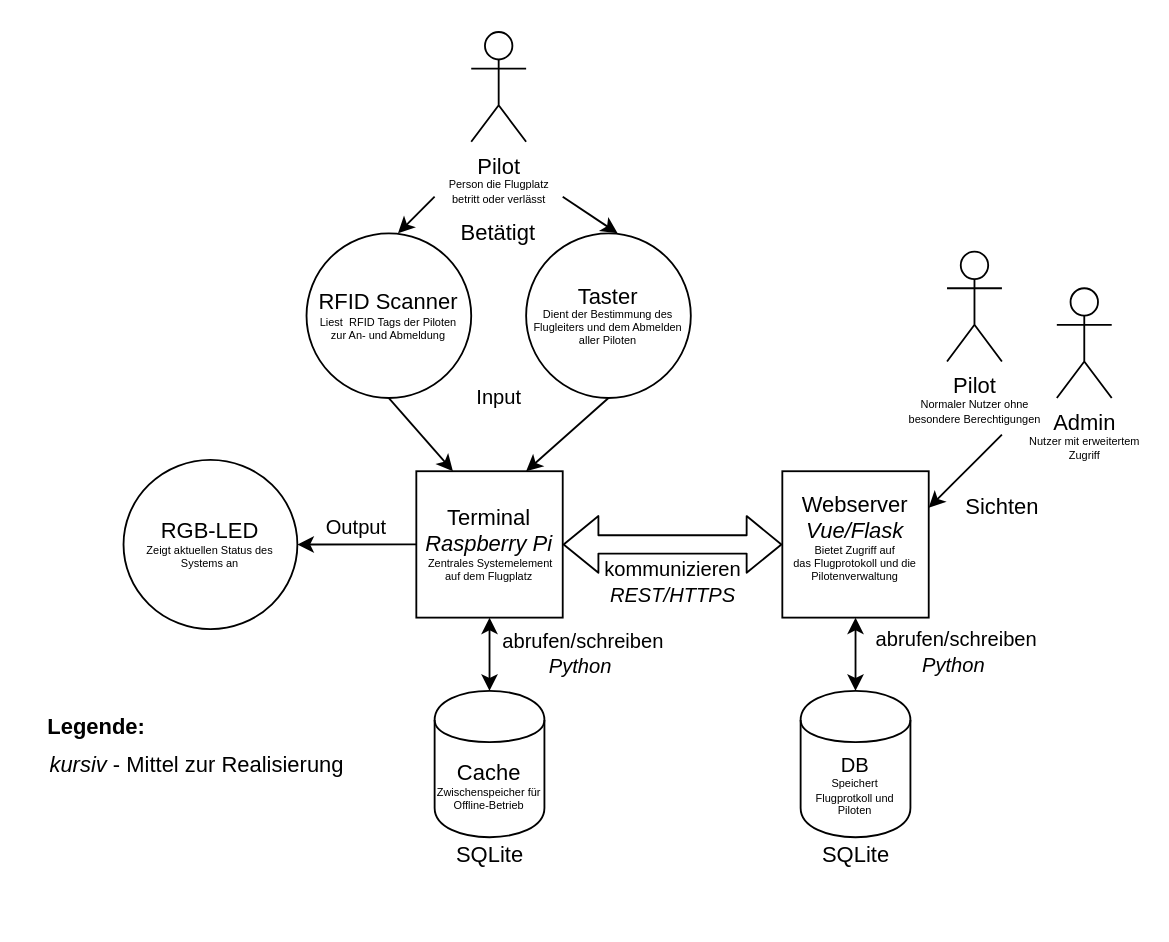
Before: docs/architecture/images/C4_Model/C4_Level2.drawio in Lernni/E2-Anwesenheitserfassung-fuer-Modellflugplatz, a draw.io diagram. Source tidied: cells renumbered, new cells numbered last; positions are measured from the earlier drawing's top-left corner, leaving out a move shared by most shapes. Both pictures are drawn from the tidied source at 183%, with x=0, y=0 at pixel (31, 31).
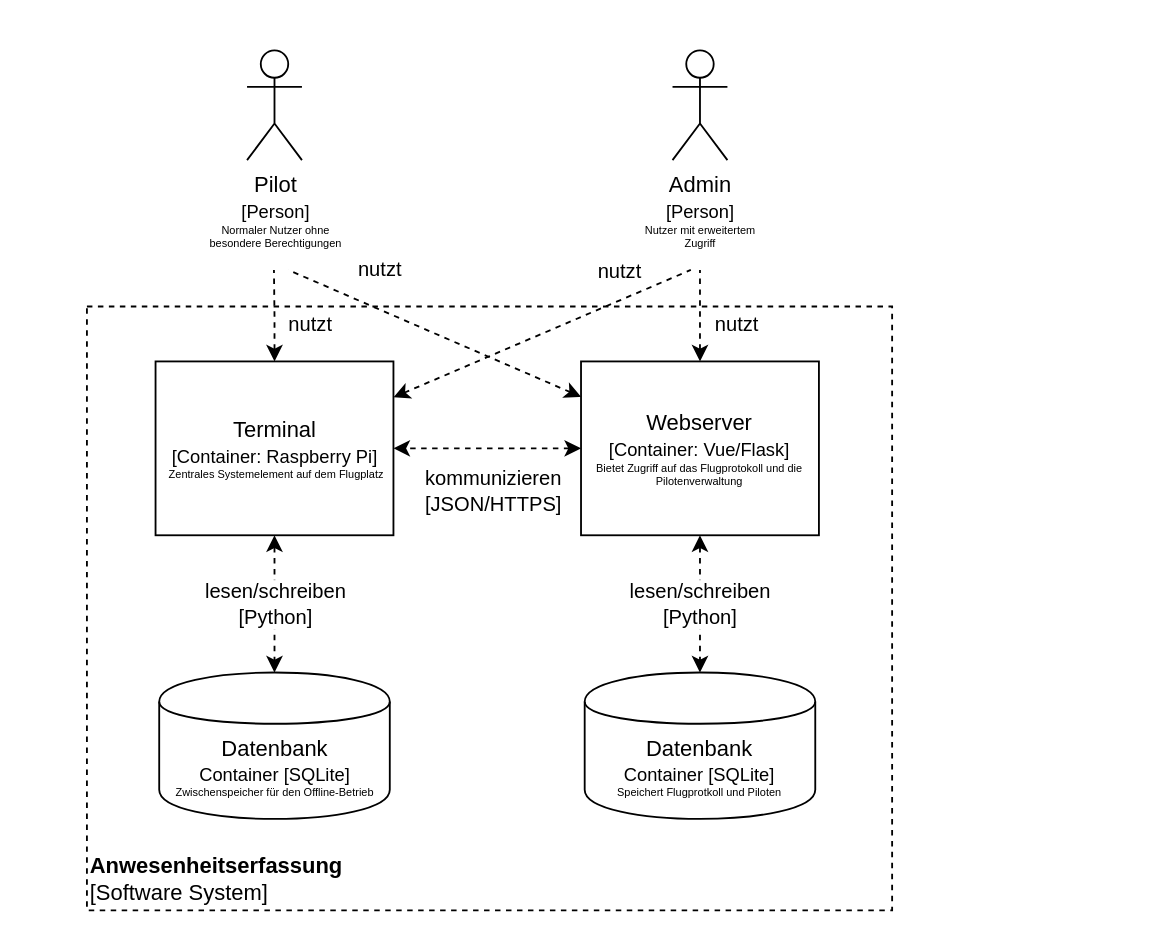
After the change.

Diff of the diagram source:
```diff
@@
-    <mxCell id="2" value="Terminal&lt;br&gt;&lt;div&gt;&lt;i&gt;Raspberry Pi&lt;br&gt;&lt;/i&gt;&lt;/div&gt;&lt;div style=&quot;font-size: 6px&quot;&gt;&lt;i&gt;&amp;nbsp;&lt;/i&gt;Zentrales Systemelement auf dem Flugplatz&lt;br&gt;&lt;i&gt;&lt;/i&gt;&lt;/div&gt;" style="whiteSpace=wrap;html=1;" parent="1" vertex="1">
-      <mxGeometry x="210" y="240" width="80" height="80" as="geometry" />
-    </mxCell>
-    <mxCell id="3" value="Webserver&lt;br&gt;&lt;i&gt;&lt;font color=&quot;#ea6b66&quot;&gt;&lt;font color=&quot;#000000&quot;&gt;Vue/Flask&lt;br&gt;&lt;/font&gt;&lt;/font&gt;&lt;/i&gt;&lt;div style=&quot;font-size: 6px&quot;&gt;&lt;font style=&quot;font-size: 6px&quot;&gt;Bietet Zugriff auf&lt;br&gt;das Flugprotokoll und die&lt;br&gt;Pilotenverwaltung&lt;/font&gt;&lt;/div&gt;&lt;div style=&quot;font-size: 6px&quot;&gt;&lt;br&gt;&lt;/div&gt;" style="whiteSpace=wrap;html=1;" parent="1" vertex="1">
-      <mxGeometry x="410" y="240" width="80" height="80" as="geometry" />
-    </mxCell>
-    <mxCell id="4" style="shape=flexArrow;endArrow=classic;startArrow=classic;html=1;exitX=1;exitY=0.5;exitDx=0;exitDy=0;entryX=0;entryY=0.5;entryDx=0;entryDy=0;" parent="1" edge="1" source="2" target="3">
-      <mxGeometry relative="1" as="geometry" />
-    </mxCell>
-    <mxCell id="5" value="kommunizieren&lt;br&gt;&lt;i&gt;REST/HTTPS&lt;/i&gt;" style="edgeLabel;html=1;align=center;verticalAlign=middle;" parent="4" vertex="1">
-      <mxGeometry x="0.14" y="-2" relative="1" as="geometry">
-        <mxPoint x="-8.6" y="18" as="offset" />
-      </mxGeometry>
-    </mxCell>
-    <mxCell id="6" value="&lt;div style=&quot;font-size: 11px&quot;&gt;&lt;font style=&quot;font-size: 11px&quot;&gt;DB&lt;/font&gt;&lt;/div&gt;&lt;div style=&quot;font-size: 6px&quot;&gt;&lt;font style=&quot;font-size: 6px&quot;&gt;Speichert Flugprotkoll und Piloten&lt;/font&gt;&lt;br&gt;&lt;/div&gt;" style="shape=cylinder;whiteSpace=wrap;html=1;boundedLbl=1;backgroundOutline=1;" parent="1" vertex="1">
-      <mxGeometry x="420" y="360" width="60" height="80" as="geometry" />
-    </mxCell>
-    <mxCell id="7" style="endArrow=classic;startArrow=classic;html=1;entryX=0.5;entryY=1;entryDx=0;entryDy=0;exitX=0.5;exitY=0;exitDx=0;exitDy=0;" parent="1" edge="1" source="6" target="3">
-      <mxGeometry relative="1" as="geometry" />
-    </mxCell>
-    <mxCell id="8" value="&lt;div&gt;&lt;p style=&quot;font-size: 6px&quot;&gt;&lt;font style=&quot;font-size: 12px&quot;&gt;RFID Scanner&lt;/font&gt;&lt;br&gt;&lt;font style=&quot;font-size: 6px ; line-height: 100%&quot;&gt;Liest&amp;nbsp; RFID Tags der Piloten&lt;br&gt;zur An- und Abmeldung&lt;/font&gt;&lt;/p&gt;&lt;/div&gt;" style="ellipse;whiteSpace=wrap;html=1;" parent="1" vertex="1">
-      <mxGeometry x="150" y="110" width="90" height="90" as="geometry" />
-    </mxCell>
-    <mxCell id="9" value="&lt;div style=&quot;font-size: 6px&quot;&gt;&lt;font style=&quot;font-size: 12px&quot;&gt;Taster&lt;/font&gt;&lt;br&gt;&lt;font style=&quot;font-size: 6px&quot;&gt;Dient der Bestimmung des Flugleiters und dem Abmelden aller Piloten&lt;br&gt;&lt;/font&gt;&lt;/div&gt;" style="ellipse;whiteSpace=wrap;html=1;" parent="1" vertex="1">
-      <mxGeometry x="270" y="110" width="90" height="90" as="geometry" />
-    </mxCell>
-    <mxCell id="10" value="&lt;div&gt;RGB-LED&lt;/div&gt;&lt;div style=&quot;font-size: 6px&quot;&gt;&lt;font style=&quot;font-size: 6px&quot;&gt;Zeigt aktuellen Status des&lt;br&gt;Systems an&lt;/font&gt;&lt;br&gt;&lt;/div&gt;" style="ellipse;whiteSpace=wrap;html=1;" parent="1" vertex="1">
-      <mxGeometry x="50" y="233.8" width="95" height="92.5" as="geometry" />
-    </mxCell>
-    <mxCell id="11" style="endArrow=classic;html=1;entryX=1;entryY=0.5;entryDx=0;entryDy=0;" parent="1" edge="1" target="10">
-      <mxGeometry relative="1" as="geometry">
-        <mxPoint x="210" y="280" as="sourcePoint" />
-      </mxGeometry>
-    </mxCell>
-    <mxCell id="12" value="Output" style="edgeLabel;html=1;align=center;verticalAlign=middle;" parent="11" vertex="1">
-      <mxGeometry x="0.34" y="-2" relative="1" as="geometry">
-        <mxPoint x="10.6" y="-8" as="offset" />
-      </mxGeometry>
-    </mxCell>
-    <mxCell id="13" style="endArrow=classic;html=1;entryX=0.5;entryY=1;entryDx=0;entryDy=0;exitX=0.5;exitY=1;exitDx=0;exitDy=0;" parent="1" edge="1" source="9">
-      <mxGeometry relative="1" as="geometry">
-        <mxPoint x="270" y="240" as="targetPoint" />
-      </mxGeometry>
-    </mxCell>
-    <mxCell id="14" style="endArrow=classic;html=1;entryX=0.5;entryY=1;entryDx=0;entryDy=0;exitX=0.5;exitY=1;exitDx=0;exitDy=0;" parent="1" edge="1" source="8">
-      <mxGeometry relative="1" as="geometry">
-        <mxPoint x="230" y="240" as="targetPoint" />
-      </mxGeometry>
-    </mxCell>
-    <mxCell id="15" value="Input" style="edgeLabel;html=1;align=center;verticalAlign=middle;" parent="14" vertex="1">
-      <mxGeometry x="-0.35" y="-2" relative="1" as="geometry">
-        <mxPoint x="50.2" y="-14.2" as="offset" />
-      </mxGeometry>
-    </mxCell>
-    <mxCell id="16" value="SQLite" style="text;html=1;align=center;verticalAlign=middle;" parent="1" vertex="1">
-      <mxGeometry x="425" y="440" width="50" height="20" as="geometry" />
-    </mxCell>
-    <mxCell id="17" value="Sichten" style="text;html=1;align=center;verticalAlign=middle;" parent="1" vertex="1">
-      <mxGeometry x="500" y="250" width="60" height="20" as="geometry" />
-    </mxCell>
-    <mxCell id="18" value="&lt;b&gt;Legende:&lt;/b&gt;" style="text;html=1;align=center;verticalAlign=middle;" parent="1" vertex="1">
-      <mxGeometry y="370" width="70" height="20" as="geometry" />
-    </mxCell>
-    <mxCell id="19" value="&lt;i&gt;kursiv&lt;/i&gt; - Mittel zur Realisierung&lt;br&gt;&lt;span&gt;&lt;/span&gt;&lt;div&gt;&lt;br&gt;&lt;/div&gt;&lt;div&gt;&lt;br&gt;&lt;/div&gt;&lt;span&gt;&lt;/span&gt;" style="text;html=1;align=left;verticalAlign=middle;" parent="1" vertex="1">
-      <mxGeometry x="7.5" y="390" width="180" height="50" as="geometry" />
-    </mxCell>
-    <mxCell id="20" value="&lt;div&gt;Cache&lt;/div&gt;&lt;div style=&quot;font-size: 6px&quot;&gt;Zwischenspeicher für Offline-Betrieb&lt;/div&gt;" style="shape=cylinder;whiteSpace=wrap;html=1;boundedLbl=1;backgroundOutline=1;" parent="1" vertex="1">
-      <mxGeometry x="220" y="360" width="60" height="80" as="geometry" />
-    </mxCell>
-    <mxCell id="21" style="endArrow=classic;startArrow=classic;html=1;entryX=0.5;entryY=1;entryDx=0;entryDy=0;exitX=0.5;exitY=0;exitDx=0;exitDy=0;" parent="1" edge="1" source="20" target="2">
-      <mxGeometry relative="1" as="geometry" />
-    </mxCell>
-    <mxCell id="22" value="abrufen/schreiben&lt;br&gt;&lt;i&gt;Python&amp;nbsp;&lt;/i&gt;" style="edgeLabel;html=1;align=center;verticalAlign=middle;" parent="21" vertex="1">
-      <mxGeometry x="-0.37" y="-2" relative="1" as="geometry">
-        <mxPoint x="48" y="-7.4" as="offset" />
-      </mxGeometry>
-    </mxCell>
-    <mxCell id="23" value="SQLite" style="text;html=1;align=center;verticalAlign=middle;" parent="1" vertex="1">
-      <mxGeometry x="225" y="440" width="50" height="20" as="geometry" />
-    </mxCell>
-    <mxCell id="24" value="&lt;div&gt;Pilot&lt;/div&gt;&lt;div style=&quot;font-size: 6px&quot;&gt;&lt;font style=&quot;font-size: 6px&quot;&gt;Normaler Nutzer ohne&lt;/font&gt;&lt;/div&gt;&lt;div style=&quot;font-size: 6px&quot;&gt;&lt;font style=&quot;font-size: 6px&quot;&gt;besondere Berechtigungen&lt;/font&gt;&lt;br&gt;&lt;/div&gt;" style="shape=umlActor;verticalLabelPosition=bottom;verticalAlign=top;html=1;" parent="1" vertex="1">
-      <mxGeometry x="500" y="120" width="30" height="60" as="geometry" />
-    </mxCell>
-    <mxCell id="25" value="&lt;div style=&quot;font-size: 6px&quot;&gt;&lt;font style=&quot;font-size: 12px&quot;&gt;Admin&lt;/font&gt;&lt;/div&gt;&lt;div style=&quot;font-size: 6px&quot;&gt;&lt;font style=&quot;font-size: 6px&quot;&gt;Nutzer mit erweitertem&lt;/font&gt;&lt;/div&gt;&lt;div style=&quot;font-size: 6px&quot;&gt;&lt;font style=&quot;font-size: 6px&quot;&gt;Zugriff&lt;/font&gt;&lt;font style=&quot;font-size: 6px&quot;&gt;&lt;br&gt;&lt;/font&gt;&lt;/div&gt;" style="shape=umlActor;verticalLabelPosition=bottom;verticalAlign=top;html=1;" parent="1" vertex="1">
-      <mxGeometry x="560" y="140" width="30" height="60" as="geometry" />
-    </mxCell>
-    <mxCell id="26" style="endArrow=classic;html=1;" parent="1" edge="1">
-      <mxGeometry relative="1" as="geometry">
-        <mxPoint x="530" y="220" as="sourcePoint" />
-        <mxPoint x="490" y="260" as="targetPoint" />
-        <Array as="points">
-          <mxPoint x="510" y="240" />
-        </Array>
-      </mxGeometry>
-    </mxCell>
-    <mxCell id="27" value="&lt;div style=&quot;font-size: 6px&quot;&gt;&lt;font style=&quot;font-size: 12px&quot;&gt;Pilot&lt;/font&gt;&lt;/div&gt;&lt;div style=&quot;font-size: 6px&quot;&gt;&lt;font style=&quot;font-size: 6px&quot;&gt;Person die Flugplatz&lt;/font&gt;&lt;/div&gt;&lt;div style=&quot;font-size: 6px&quot;&gt;&lt;font style=&quot;font-size: 6px&quot;&gt;betritt oder verlässt&lt;/font&gt;&lt;br&gt;&lt;/div&gt;" style="shape=umlActor;verticalLabelPosition=bottom;verticalAlign=top;html=1;" parent="1" vertex="1">
-      <mxGeometry x="240" width="30" height="60" as="geometry" />
-    </mxCell>
-    <mxCell id="28" style="endArrow=classic;html=1;" parent="1" edge="1">
-      <mxGeometry relative="1" as="geometry">
-        <mxPoint x="220" y="90" as="sourcePoint" />
-        <mxPoint x="200" y="110" as="targetPoint" />
-      </mxGeometry>
-    </mxCell>
-    <mxCell id="29" style="endArrow=classic;html=1;" parent="1" edge="1">
-      <mxGeometry relative="1" as="geometry">
-        <mxPoint x="290" y="90" as="sourcePoint" />
-        <mxPoint x="320" y="110" as="targetPoint" />
-      </mxGeometry>
-    </mxCell>
-    <mxCell id="30" value="Betätigt" style="text;html=1;strokeColor=none;fillColor=none;align=center;verticalAlign=middle;whiteSpace=wrap;rounded=0;" parent="1" vertex="1">
-      <mxGeometry x="235" y="100" width="40" height="20" as="geometry" />
-    </mxCell>
-    <mxCell id="31" value="abrufen/schreiben&lt;br&gt;&lt;i&gt;Python&amp;nbsp;&lt;/i&gt;" style="edgeLabel;html=1;align=center;verticalAlign=middle;" parent="1" vertex="1">
-      <mxGeometry x="515" y="370" as="geometry">
-        <mxPoint x="-11" y="-32" as="offset" />
-      </mxGeometry>
-    </mxCell>
+    <mxCell id="32" value="&lt;b&gt;Anwesenheitserfassung&lt;br&gt;&lt;/b&gt;[Software System]" style="whiteSpace=wrap;html=1;fillColor=none;dashed=1;align=left;verticalAlign=bottom;" parent="1" vertex="1">
+      <mxGeometry x="30" y="150" width="440" height="330" as="geometry" />
+    </mxCell>
+    <mxCell id="33" value="Terminal&lt;br&gt;&lt;font style=&quot;font-size: 10px&quot;&gt;[Container: Raspberry Pi]&lt;/font&gt;&lt;br&gt;&lt;div style=&quot;font-size: 6px&quot;&gt;&lt;i&gt;&amp;nbsp;&lt;/i&gt;Zentrales Systemelement auf dem Flugplatz&lt;br&gt;&lt;i&gt;&lt;/i&gt;&lt;/div&gt;" style="whiteSpace=wrap;html=1;" parent="1" vertex="1">
+      <mxGeometry x="67.5" y="180" width="130" height="95" as="geometry" />
+    </mxCell>
+    <mxCell id="34" style="edgeStyle=orthogonalEdgeStyle;rounded=0;jettySize=auto;html=1;exitX=0;exitY=0.5;exitDx=0;exitDy=0;dashed=1;startArrow=classic;startFill=1;" parent="1" edge="1" source="37" target="33">
+      <mxGeometry relative="1" as="geometry" />
+    </mxCell>
+    <mxCell id="35" value="kommunizieren&lt;br&gt;[JSON/HTTPS]" style="edgeLabel;html=1;align=center;verticalAlign=middle;" parent="34" vertex="1">
+      <mxGeometry x="-0.22" y="-2" relative="1" as="geometry">
+        <mxPoint x="-9" y="25" as="offset" />
+      </mxGeometry>
+    </mxCell>
+    <mxCell id="36" value="lesen/schreiben&lt;br&gt;[Python]" style="edgeStyle=orthogonalEdgeStyle;rounded=0;jettySize=auto;html=1;exitX=0.5;exitY=1;exitDx=0;exitDy=0;dashed=1;startArrow=classic;startFill=1;" parent="1" edge="1" source="37" target="38">
+      <mxGeometry relative="1" as="geometry" />
+    </mxCell>
+    <mxCell id="37" value="Webserver&lt;br&gt;&lt;font color=&quot;#ea6b66&quot;&gt;&lt;font color=&quot;#000000&quot;&gt;&lt;font style=&quot;font-size: 10px&quot;&gt;[Container: Vue/Flask]&lt;/font&gt;&lt;br&gt;&lt;/font&gt;&lt;/font&gt;&lt;div style=&quot;font-size: 6px&quot;&gt;&lt;font style=&quot;font-size: 6px&quot;&gt;Bietet Zugriff auf das Flugprotokoll und die&lt;br&gt;Pilotenverwaltung&lt;/font&gt;&lt;/div&gt;" style="whiteSpace=wrap;html=1;" parent="1" vertex="1">
+      <mxGeometry x="300" y="180" width="130" height="95" as="geometry" />
+    </mxCell>
+    <mxCell id="38" value="&lt;div&gt;&lt;font style=&quot;font-size: 12px&quot;&gt;Datenbank&lt;/font&gt;&lt;/div&gt;&lt;div&gt;&lt;font style=&quot;font-size: 10px&quot;&gt;Container [SQLite]&lt;/font&gt;&lt;/div&gt;&lt;div style=&quot;font-size: 6px&quot;&gt;&lt;font style=&quot;font-size: 6px&quot;&gt;Speichert Flugprotkoll und Piloten&lt;/font&gt;&lt;br&gt;&lt;/div&gt;" style="shape=cylinder;whiteSpace=wrap;html=1;boundedLbl=1;backgroundOutline=1;" parent="1" vertex="1">
+      <mxGeometry x="302" y="350" width="126" height="80" as="geometry" />
+    </mxCell>
+    <mxCell id="39" value="&lt;div&gt;&lt;font style=&quot;font-size: 12px&quot;&gt;Datenbank&lt;/font&gt;&lt;/div&gt;&lt;div&gt;&lt;font style=&quot;font-size: 10px&quot;&gt;Container [SQLite]&lt;/font&gt;&lt;/div&gt;&lt;div style=&quot;font-size: 6px&quot;&gt;&lt;font style=&quot;font-size: 6px&quot;&gt;Zwischenspeicher für den Offline-Betrieb&lt;/font&gt;&lt;br&gt;&lt;/div&gt;" style="shape=cylinder;whiteSpace=wrap;html=1;boundedLbl=1;backgroundOutline=1;" parent="1" vertex="1">
+      <mxGeometry x="69.5" y="350" width="126" height="80" as="geometry" />
+    </mxCell>
+    <mxCell id="40" value="lesen/schreiben&lt;br&gt;[Python]" style="edgeStyle=orthogonalEdgeStyle;rounded=0;jettySize=auto;html=1;dashed=1;startArrow=classic;startFill=1;" parent="1" edge="1" source="33" target="39">
+      <mxGeometry relative="1" as="geometry" />
+    </mxCell>
+    <mxCell id="41" value="&lt;div style=&quot;font-size: 6px&quot;&gt;&lt;font style=&quot;font-size: 12px&quot;&gt;Admin&lt;/font&gt;&lt;/div&gt;&lt;div&gt;&lt;font style=&quot;font-size: 10px&quot;&gt;[Person]&lt;/font&gt;&lt;/div&gt;&lt;div style=&quot;font-size: 6px&quot;&gt;&lt;font style=&quot;font-size: 6px&quot;&gt;Nutzer mit erweitertem&lt;/font&gt;&lt;/div&gt;&lt;div style=&quot;font-size: 6px&quot;&gt;&lt;font style=&quot;font-size: 6px&quot;&gt;Zugriff&lt;/font&gt;&lt;font style=&quot;font-size: 6px&quot;&gt;&lt;br&gt;&lt;/font&gt;&lt;/div&gt;" style="shape=umlActor;verticalLabelPosition=bottom;verticalAlign=top;html=1;" parent="1" vertex="1">
+      <mxGeometry x="350" y="10" width="30" height="60" as="geometry" />
+    </mxCell>
+    <mxCell id="42" value="&lt;div&gt;Pilot&lt;/div&gt;&lt;div&gt;&lt;font style=&quot;font-size: 10px&quot;&gt;[Person]&lt;/font&gt;&lt;/div&gt;&lt;div style=&quot;font-size: 6px&quot;&gt;&lt;font style=&quot;font-size: 6px&quot;&gt;Normaler Nutzer ohne&lt;/font&gt;&lt;/div&gt;&lt;div style=&quot;font-size: 6px&quot;&gt;&lt;font style=&quot;font-size: 6px&quot;&gt;besondere Berechtigungen&lt;/font&gt;&lt;/div&gt;" style="shape=umlActor;verticalLabelPosition=bottom;verticalAlign=top;html=1;" parent="1" vertex="1">
+      <mxGeometry x="117.5" y="10" width="30" height="60" as="geometry" />
+    </mxCell>
+    <mxCell id="43" style="edgeStyle=orthogonalEdgeStyle;rounded=0;jettySize=auto;html=1;dashed=1;startArrow=classic;startFill=1;endArrow=none;endFill=0;" parent="1" edge="1" source="37">
+      <mxGeometry relative="1" as="geometry">
+        <mxPoint x="365" y="130" as="targetPoint" />
+      </mxGeometry>
+    </mxCell>
+    <mxCell id="44" value="nutzt" style="edgeLabel;html=1;align=center;verticalAlign=middle;" parent="43" vertex="1">
+      <mxGeometry x="-0.22" y="-2" relative="1" as="geometry">
+        <mxPoint x="17" y="-1" as="offset" />
+      </mxGeometry>
+    </mxCell>
+    <mxCell id="45" style="edgeStyle=orthogonalEdgeStyle;rounded=0;jettySize=auto;html=1;dashed=1;startArrow=classic;startFill=1;endArrow=none;endFill=0;" parent="1" edge="1" source="33">
+      <mxGeometry relative="1" as="geometry">
+        <mxPoint x="132.2" y="130" as="targetPoint" />
+      </mxGeometry>
+    </mxCell>
+    <mxCell id="46" value="nutzt" style="edgeLabel;html=1;align=center;verticalAlign=middle;" parent="45" vertex="1">
+      <mxGeometry x="-0.22" y="-2" relative="1" as="geometry">
+        <mxPoint x="17" y="-1" as="offset" />
+      </mxGeometry>
+    </mxCell>
+    <mxCell id="47" style="rounded=0;jettySize=auto;html=1;dashed=1;startArrow=classic;startFill=1;endArrow=none;endFill=0;" parent="1" edge="1" source="33">
+      <mxGeometry relative="1" as="geometry">
+        <mxPoint x="360" y="130" as="targetPoint" />
+      </mxGeometry>
+    </mxCell>
+    <mxCell id="48" value="nutzt" style="edgeLabel;html=1;align=center;verticalAlign=middle;" parent="47" vertex="1">
+      <mxGeometry x="-0.22" y="-2" relative="1" as="geometry">
+        <mxPoint x="59" y="-44" as="offset" />
+      </mxGeometry>
+    </mxCell>
+    <mxCell id="49" style="rounded=0;jettySize=auto;html=1;dashed=1;startArrow=classic;startFill=1;endArrow=none;endFill=0;" parent="1" edge="1" source="37">
+      <mxGeometry relative="1" as="geometry">
+        <mxPoint x="140" y="130" as="targetPoint" />
+      </mxGeometry>
+    </mxCell>
+    <mxCell id="50" value="nutzt" style="edgeLabel;html=1;align=center;verticalAlign=middle;" parent="49" vertex="1">
+      <mxGeometry x="-0.22" y="-2" relative="1" as="geometry">
+        <mxPoint x="-49" y="-41" as="offset" />
+      </mxGeometry>
+    </mxCell>
```
